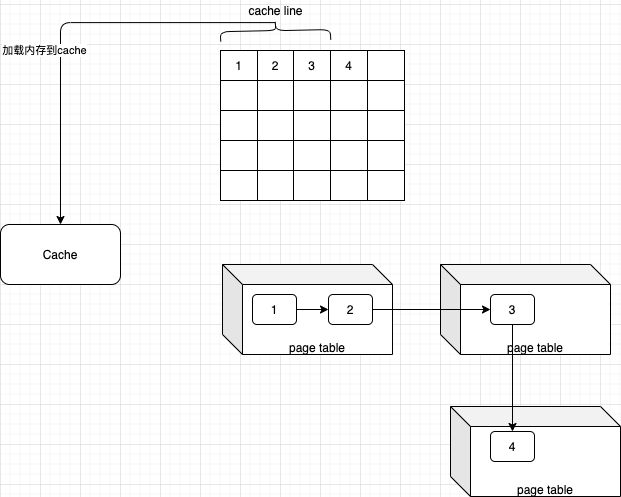
Above: images/golang/cpu-caching.png in kangxiaoning/kangxiaoning.github.io (draw.io), before the change. Source tidied: cells renumbered, new cells last; positions are measured from the earlier drawing's top-left corner, leaving out a move shared by most shapes.
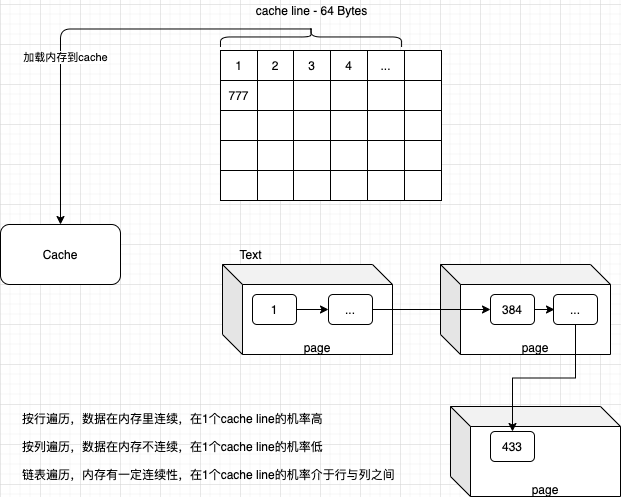
After the change.

Commit message:
deploy: kangxiaoning/blog@6153604e738a4b6dddc09913841ab0b1b8c57f66

What changed in the source:
```diff
@@ -2,23 +2,23 @@
   <root>
     <mxCell id="0" />
     <mxCell id="1" parent="0" />
-    <mxCell id="2" value="&lt;br&gt;&lt;br&gt;&lt;br&gt;&lt;br&gt;page table" style="shape=cube;whiteSpace=wrap;html=1;boundedLbl=1;backgroundOutline=1;darkOpacity=0.05;darkOpacity2=0.1;" parent="1" vertex="1">
+    <mxCell id="2" value="&lt;br&gt;&lt;br&gt;&lt;br&gt;&lt;br&gt;page" style="shape=cube;whiteSpace=wrap;html=1;boundedLbl=1;backgroundOutline=1;darkOpacity=0.05;darkOpacity2=0.1;" parent="1" vertex="1">
       <mxGeometry x="450" y="431" width="170" height="90" as="geometry" />
     </mxCell>
-    <mxCell id="3" value="&lt;br&gt;&lt;br&gt;&lt;br&gt;&lt;br&gt;page table" style="shape=cube;whiteSpace=wrap;html=1;boundedLbl=1;backgroundOutline=1;darkOpacity=0.05;darkOpacity2=0.1;" parent="1" vertex="1">
+    <mxCell id="3" value="&lt;br&gt;&lt;br&gt;&lt;br&gt;&lt;br&gt;page" style="shape=cube;whiteSpace=wrap;html=1;boundedLbl=1;backgroundOutline=1;darkOpacity=0.05;darkOpacity2=0.1;" parent="1" vertex="1">
       <mxGeometry x="440" y="289" width="170" height="90" as="geometry" />
     </mxCell>
-    <mxCell id="4" value="&lt;br&gt;&lt;br&gt;&lt;br&gt;&lt;br&gt;page table" style="shape=cube;whiteSpace=wrap;html=1;boundedLbl=1;backgroundOutline=1;darkOpacity=0.05;darkOpacity2=0.1;" parent="1" vertex="1">
+    <mxCell id="4" value="&lt;br&gt;&lt;br&gt;&lt;br&gt;&lt;br&gt;page" style="shape=cube;whiteSpace=wrap;html=1;boundedLbl=1;backgroundOutline=1;darkOpacity=0.05;darkOpacity2=0.1;" parent="1" vertex="1">
       <mxGeometry x="222" y="289" width="170" height="90" as="geometry" />
     </mxCell>
     <mxCell id="5" value="Cache" style="rounded=1;whiteSpace=wrap;html=1;" parent="1" vertex="1">
       <mxGeometry y="249" width="120" height="60" as="geometry" />
     </mxCell>
     <mxCell id="6" style="shape=table;html=1;whiteSpace=wrap;startSize=0;" parent="1" vertex="1">
-      <mxGeometry x="220" y="75" width="184" height="150" as="geometry" />
+      <mxGeometry x="220" y="75" width="221" height="150" as="geometry" />
     </mxCell>
     <mxCell id="7" style="shape=partialRectangle;html=1;whiteSpace=wrap;fillColor=none;top=0;left=0;bottom=0;right=0;" parent="6" vertex="1">
-      <mxGeometry width="184" height="30" as="geometry" />
+      <mxGeometry width="221" height="30" as="geometry" />
     </mxCell>
     <mxCell id="8" value="1" style="shape=partialRectangle;html=1;whiteSpace=wrap;fillColor=none;top=0;left=0;bottom=0;right=0;overflow=hidden;" parent="7" vertex="1">
       <mxGeometry width="37" height="30" as="geometry" />
@@ -32,13 +32,16 @@
     <mxCell id="11" value="4" style="shape=partialRectangle;html=1;whiteSpace=wrap;fillColor=none;top=0;left=0;bottom=0;right=0;overflow=hidden;" parent="7" vertex="1">
       <mxGeometry x="110" width="37" height="30" as="geometry" />
     </mxCell>
-    <mxCell id="12" style="shape=partialRectangle;html=1;whiteSpace=wrap;fillColor=none;top=0;left=0;bottom=0;right=0;overflow=hidden;" parent="7" vertex="1">
+    <mxCell id="12" value="..." style="shape=partialRectangle;html=1;whiteSpace=wrap;fillColor=none;top=0;left=0;bottom=0;right=0;overflow=hidden;" parent="7" vertex="1">
       <mxGeometry x="147" width="37" height="30" as="geometry" />
     </mxCell>
+    <mxCell id="48" style="shape=partialRectangle;html=1;whiteSpace=wrap;fillColor=none;top=0;left=0;bottom=0;right=0;overflow=hidden;" parent="7" vertex="1">
+      <mxGeometry x="184" width="37" height="30" as="geometry" />
+    </mxCell>
     <mxCell id="13" style="shape=partialRectangle;html=1;whiteSpace=wrap;fillColor=none;top=0;left=0;bottom=0;right=0;" parent="6" vertex="1">
-      <mxGeometry y="30" width="184" height="30" as="geometry" />
+      <mxGeometry y="30" width="221" height="30" as="geometry" />
     </mxCell>
-    <mxCell id="14" style="shape=partialRectangle;html=1;whiteSpace=wrap;fillColor=none;top=0;left=0;bottom=0;right=0;overflow=hidden;" parent="13" vertex="1">
+    <mxCell id="14" value="777" style="shape=partialRectangle;html=1;whiteSpace=wrap;fillColor=none;top=0;left=0;bottom=0;right=0;overflow=hidden;" parent="13" vertex="1">
       <mxGeometry width="37" height="30" as="geometry" />
     </mxCell>
     <mxCell id="15" style="shape=partialRectangle;html=1;whiteSpace=wrap;fillColor=none;top=0;left=0;bottom=0;right=0;overflow=hidden;" parent="13" vertex="1">
@@ -53,8 +56,11 @@
     <mxCell id="18" style="shape=partialRectangle;html=1;whiteSpace=wrap;fillColor=none;top=0;left=0;bottom=0;right=0;overflow=hidden;" parent="13" vertex="1">
       <mxGeometry x="147" width="37" height="30" as="geometry" />
     </mxCell>
+    <mxCell id="49" style="shape=partialRectangle;html=1;whiteSpace=wrap;fillColor=none;top=0;left=0;bottom=0;right=0;overflow=hidden;" parent="13" vertex="1">
+      <mxGeometry x="184" width="37" height="30" as="geometry" />
+    </mxCell>
     <mxCell id="19" style="shape=partialRectangle;html=1;whiteSpace=wrap;fillColor=none;top=0;left=0;bottom=0;right=0;" parent="6" vertex="1">
-      <mxGeometry y="60" width="184" height="30" as="geometry" />
+      <mxGeometry y="60" width="221" height="30" as="geometry" />
     </mxCell>
     <mxCell id="20" style="shape=partialRectangle;html=1;whiteSpace=wrap;fillColor=none;top=0;left=0;bottom=0;right=0;overflow=hidden;" parent="19" vertex="1">
       <mxGeometry width="37" height="30" as="geometry" />
@@ -71,8 +77,11 @@
     <mxCell id="24" style="shape=partialRectangle;html=1;whiteSpace=wrap;fillColor=none;top=0;left=0;bottom=0;right=0;overflow=hidden;" parent="19" vertex="1">
       <mxGeometry x="147" width="37" height="30" as="geometry" />
     </mxCell>
+    <mxCell id="50" style="shape=partialRectangle;html=1;whiteSpace=wrap;fillColor=none;top=0;left=0;bottom=0;right=0;overflow=hidden;" parent="19" vertex="1">
+      <mxGeometry x="184" width="37" height="30" as="geometry" />
+    </mxCell>
     <mxCell id="25" style="shape=partialRectangle;html=1;whiteSpace=wrap;fillColor=none;top=0;left=0;bottom=0;right=0;" parent="6" vertex="1">
-      <mxGeometry y="90" width="184" height="30" as="geometry" />
+      <mxGeometry y="90" width="221" height="30" as="geometry" />
     </mxCell>
     <mxCell id="26" style="shape=partialRectangle;html=1;whiteSpace=wrap;fillColor=none;top=0;left=0;bottom=0;right=0;overflow=hidden;" parent="25" vertex="1">
       <mxGeometry width="37" height="30" as="geometry" />
@@ -89,8 +98,11 @@
     <mxCell id="30" style="shape=partialRectangle;html=1;whiteSpace=wrap;fillColor=none;top=0;left=0;bottom=0;right=0;overflow=hidden;" parent="25" vertex="1">
       <mxGeometry x="147" width="37" height="30" as="geometry" />
     </mxCell>
+    <mxCell id="51" style="shape=partialRectangle;html=1;whiteSpace=wrap;fillColor=none;top=0;left=0;bottom=0;right=0;overflow=hidden;" parent="25" vertex="1">
+      <mxGeometry x="184" width="37" height="30" as="geometry" />
+    </mxCell>
     <mxCell id="31" style="shape=partialRectangle;html=1;whiteSpace=wrap;fillColor=none;top=0;left=0;bottom=0;right=0;" parent="6" vertex="1">
-      <mxGeometry y="120" width="184" height="30" as="geometry" />
+      <mxGeometry y="120" width="221" height="30" as="geometry" />
     </mxCell>
     <mxCell id="32" style="shape=partialRectangle;html=1;whiteSpace=wrap;fillColor=none;top=0;left=0;bottom=0;right=0;overflow=hidden;" parent="31" vertex="1">
       <mxGeometry width="37" height="30" as="geometry" />
@@ -107,8 +119,11 @@
     <mxCell id="36" style="shape=partialRectangle;html=1;whiteSpace=wrap;fillColor=none;top=0;left=0;bottom=0;right=0;overflow=hidden;" parent="31" vertex="1">
       <mxGeometry x="147" width="37" height="30" as="geometry" />
     </mxCell>
+    <mxCell id="52" style="shape=partialRectangle;html=1;whiteSpace=wrap;fillColor=none;top=0;left=0;bottom=0;right=0;overflow=hidden;" parent="31" vertex="1">
+      <mxGeometry x="184" width="37" height="30" as="geometry" />
+    </mxCell>
-    <mxCell id="37" style="shape=curlyBracket;whiteSpace=wrap;html=1;rounded=1;rotation=89;" parent="1" vertex="1">
-      <mxGeometry x="265" y="0.1" width="20" height="110" as="geometry" />
+    <mxCell id="37" style="shape=curlyBracket;whiteSpace=wrap;html=1;rounded=1;rotation=90;" parent="1" vertex="1">
+      <mxGeometry x="300.5" y="-29.1" width="20" height="181.1" as="geometry" />
     </mxCell>
     <mxCell id="38" value="1" style="rounded=1;whiteSpace=wrap;html=1;" parent="1" vertex="1">
       <mxGeometry x="252" y="319" width="44" height="30" as="geometry" />
@@ -116,20 +131,20 @@
     <mxCell id="39" style="edgeStyle=orthogonalEdgeStyle;rounded=0;jettySize=auto;html=1;exitX=1;exitY=0.5;exitDx=0;exitDy=0;entryX=0;entryY=0.5;entryDx=0;entryDy=0;" parent="1" edge="1" source="40" target="43">
       <mxGeometry relative="1" as="geometry" />
     </mxCell>
-    <mxCell id="40" value="2" style="rounded=1;whiteSpace=wrap;html=1;" parent="1" vertex="1">
+    <mxCell id="40" value="..." style="rounded=1;whiteSpace=wrap;html=1;" parent="1" vertex="1">
       <mxGeometry x="328" y="319" width="44" height="30" as="geometry" />
     </mxCell>
-    <mxCell id="41" value="4" style="rounded=1;whiteSpace=wrap;html=1;" parent="1" vertex="1">
+    <mxCell id="41" value="433" style="rounded=1;whiteSpace=wrap;html=1;" parent="1" vertex="1">
       <mxGeometry x="490" y="456" width="44" height="30" as="geometry" />
     </mxCell>
-    <mxCell id="42" style="edgeStyle=orthogonalEdgeStyle;rounded=0;jettySize=auto;html=1;exitX=0.5;exitY=1;exitDx=0;exitDy=0;entryX=0.5;entryY=0;entryDx=0;entryDy=0;" parent="1" edge="1" source="43" target="41">
+    <mxCell id="42" style="edgeStyle=orthogonalEdgeStyle;rounded=0;jettySize=auto;html=1;exitX=0.5;exitY=1;exitDx=0;exitDy=0;entryX=0.5;entryY=0;entryDx=0;entryDy=0;" parent="1" edge="1" source="53" target="41">
       <mxGeometry relative="1" as="geometry" />
     </mxCell>
-    <mxCell id="43" value="3" style="rounded=1;whiteSpace=wrap;html=1;" parent="1" vertex="1">
+    <mxCell id="43" value="384" style="rounded=1;whiteSpace=wrap;html=1;" parent="1" vertex="1">
       <mxGeometry x="490" y="319" width="44" height="30" as="geometry" />
     </mxCell>
-    <mxCell id="44" value="cache line" style="text;html=1;align=center;verticalAlign=middle;" parent="1" vertex="1">
-      <mxGeometry x="240" y="25" width="70" height="20" as="geometry" />
+    <mxCell id="44" value="cache line - 64 Bytes" style="text;html=1;align=center;verticalAlign=middle;" parent="1" vertex="1">
+      <mxGeometry x="245.5" y="25" width="130" height="20" as="geometry" />
     </mxCell>
     <mxCell id="45" style="edgeStyle=segmentEdgeStyle;endArrow=classic;html=1;exitX=0.1;exitY=0.5;exitDx=0;exitDy=0;exitPerimeter=0;entryX=0.5;entryY=0;entryDx=0;entryDy=0;" parent="1" edge="1" source="37" target="5">
       <mxGeometry relative="1" as="geometry" />
@@ -142,5 +157,19 @@
     <mxCell id="47" style="edgeStyle=orthogonalEdgeStyle;rounded=0;jettySize=auto;html=1;exitX=1;exitY=0.5;exitDx=0;exitDy=0;entryX=0;entryY=0.5;entryDx=0;entryDy=0;" parent="1" edge="1" source="38" target="40">
       <mxGeometry relative="1" as="geometry" />
     </mxCell>
+    <mxCell id="53" value="..." style="rounded=1;whiteSpace=wrap;html=1;" parent="1" vertex="1">
+      <mxGeometry x="553" y="319" width="44" height="30" as="geometry" />
+    </mxCell>
+    <mxCell id="54" style="edgeStyle=orthogonalEdgeStyle;rounded=0;jettySize=auto;html=1;exitX=1;exitY=0.5;exitDx=0;exitDy=0;" parent="1" edge="1" source="43">
+      <mxGeometry relative="1" as="geometry">
+        <mxPoint x="554" y="334" as="targetPoint" />
+      </mxGeometry>
+    </mxCell>
+    <mxCell id="55" value="Text" style="text;html=1;align=center;verticalAlign=middle;fillColor=none;strokeColor=none;rounded=0;" parent="1" vertex="1">
+      <mxGeometry x="230" y="269" width="40" height="20" as="geometry" />
+    </mxCell>
+    <mxCell id="56" value="按行遍历，数据在内存里连续，在1个cache line的机率高&lt;br&gt;&lt;br&gt;按列遍历，数据在内存不连续，在1个cache line的机率低&lt;br&gt;&lt;br&gt;链表遍历，内存有一定连续性，在1个cache line的机率介于行与列之间" style="text;html=1;align=left;verticalAlign=middle;" parent="1" vertex="1">
+      <mxGeometry x="20" y="431" width="390" height="80" as="geometry" />
+    </mxCell>
   </root>
 </mxGraphModel>
```
